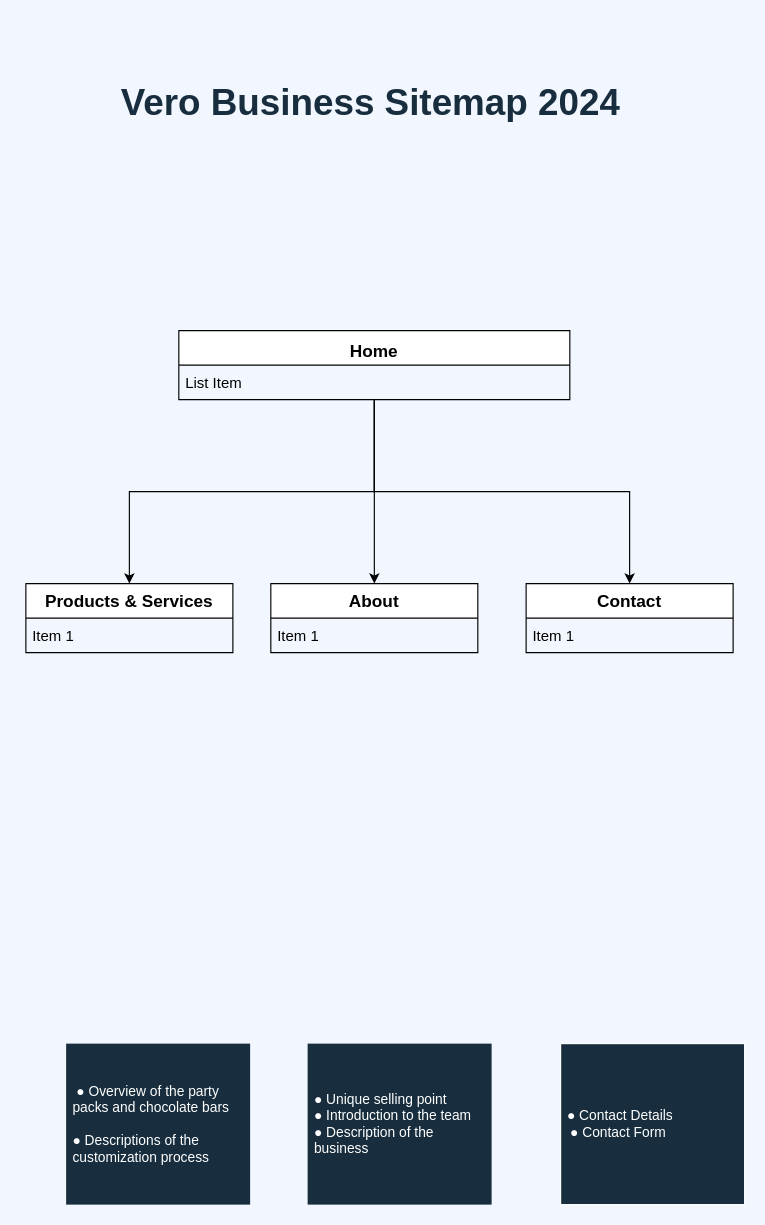
The draw.io diagram Vero Business Sitemap.drawio in cskhomo/vero-ecommerce, before the edit. Source tidied: cells renumbered, new cells numbered last; positions are measured from the earlier drawing's top-left corner, leaving out a move shared by most shapes. Both pictures are drawn from the tidied source at 115%, with x=0, y=0 at pixel (25, 77).
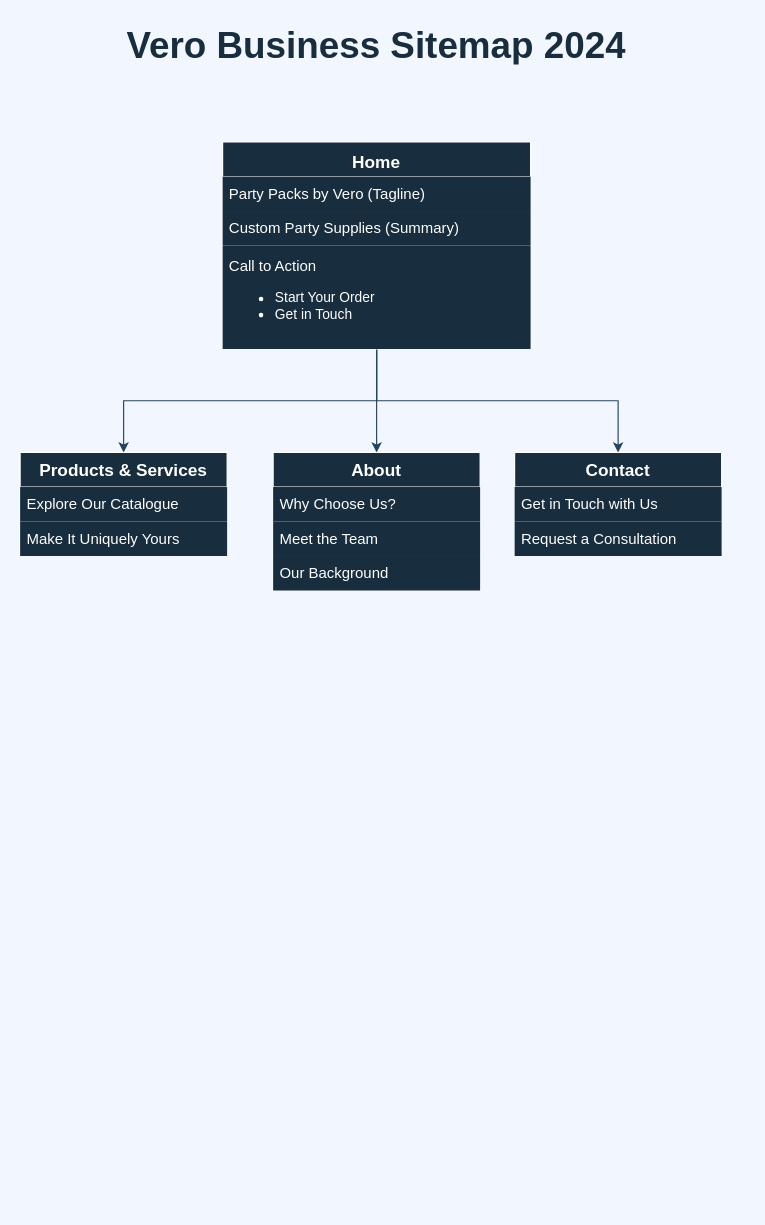
After the change.

Commit message:
Add page sections to sitemap

Diff of the diagram source:
```diff
@@
 <mxGraphModel background="#F2F7FF">
   <root>
     <mxCell id="0" />
     <mxCell id="1" parent="0" />
-    <mxCell id="2" value="&lt;h1 style=&quot;margin-top: 0px;&quot;&gt;&lt;span&gt;&lt;font color=&quot;#182e3e&quot; style=&quot;font-size: 32px;&quot;&gt;Vero Business Sitemap 2024&lt;/font&gt;&lt;/span&gt;&lt;/h1&gt;" style="text;html=1;whiteSpace=wrap;overflow=hidden;rounded=0;labelBackgroundColor=none;fontColor=#ffffff;fillColor=none;strokeColor=none;strokeWidth=0;align=center;fontStyle=0;verticalAlign=middle;" parent="1" vertex="1">
-      <mxGeometry x="79" width="442" height="40" as="geometry" />
+    <mxCell id="2" value="&lt;h1 style=&quot;margin-top: 0px;&quot;&gt;&lt;span&gt;&lt;font color=&quot;#182e3e&quot; style=&quot;font-size: 32px;&quot;&gt;Vero Business Sitemap 2024&lt;/font&gt;&lt;/span&gt;&lt;/h1&gt;" style="text;html=1;whiteSpace=wrap;overflow=hidden;rounded=0;labelBackgroundColor=none;fontColor=#FFFFFF;fillColor=none;strokeColor=none;strokeWidth=0;align=center;fontStyle=0;verticalAlign=middle;" parent="1" vertex="1">
+      <mxGeometry x="84" y="-50" width="442" height="40" as="geometry" />
     </mxCell>
-    <mxCell id="3" value="&amp;nbsp;● Overview of the party packs and chocolate bars&lt;div&gt;&lt;br&gt;&lt;div&gt;● Descriptions of the customization process&lt;/div&gt;&lt;/div&gt;" style="text;align=left;verticalAlign=middle;spacingLeft=4;spacingRight=4;overflow=hidden;whiteSpace=wrap;html=1;rounded=0;fillColor=#182E3E;labelBackgroundColor=none;fontColor=#FFFFFF;" parent="1" vertex="1">
-      <mxGeometry x="35" y="840" width="160" height="140" as="geometry" />
-    </mxCell>
-    <mxCell id="4" value="● Unique selling point&lt;br&gt;● Introduction to the team&amp;nbsp;&lt;div&gt;● Description of the business&lt;/div&gt;" style="text;align=left;verticalAlign=middle;spacingLeft=4;spacingRight=4;overflow=hidden;whiteSpace=wrap;html=1;rounded=0;fillColor=#182E3E;labelBackgroundColor=none;fontColor=#FFFFFF;" parent="1" vertex="1">
-      <mxGeometry x="245" y="840" width="160" height="140" as="geometry" />
-    </mxCell>
-    <mxCell id="5" value="&lt;div style=&quot;text-align: center;&quot;&gt;&lt;span style=&quot;text-align: left; background-color: initial;&quot;&gt;● Contact Details&lt;/span&gt;&lt;/div&gt;&lt;div style=&quot;text-align: center;&quot;&gt;&lt;span style=&quot;text-align: left;&quot;&gt;● Contact Form&amp;nbsp;&lt;/span&gt;&lt;/div&gt;" style="text;strokeColor=#FFFFFF;fillColor=#182E3E;align=left;verticalAlign=middle;spacingLeft=4;spacingRight=4;overflow=hidden;whiteSpace=wrap;html=1;rounded=0;fontColor=#FFFFFF;labelBackgroundColor=none;" parent="1" vertex="1">
-      <mxGeometry x="465" y="840" width="160" height="140" as="geometry" />
-    </mxCell>
-    <mxCell id="6" style="edgeStyle=orthogonalEdgeStyle;jettySize=auto;html=1;rounded=0;" parent="1" edge="1" source="9" target="13">
+    <mxCell id="6" style="edgeStyle=orthogonalEdgeStyle;jettySize=auto;html=1;rounded=0;labelBackgroundColor=none;strokeColor=#23445D;fontColor=default;" parent="1" edge="1" source="9" target="13">
       <mxGeometry relative="1" as="geometry" />
     </mxCell>
-    <mxCell id="7" style="edgeStyle=orthogonalEdgeStyle;jettySize=auto;html=1;entryX=0.5;entryY=0;entryDx=0;entryDy=0;rounded=0;" parent="1" edge="1" source="9" target="11">
+    <mxCell id="7" style="edgeStyle=orthogonalEdgeStyle;jettySize=auto;html=1;entryX=0.5;entryY=0;entryDx=0;entryDy=0;rounded=0;labelBackgroundColor=none;strokeColor=#23445D;fontColor=default;" parent="1" edge="1" source="9" target="11">
       <mxGeometry relative="1" as="geometry" />
     </mxCell>
-    <mxCell id="8" style="edgeStyle=orthogonalEdgeStyle;jettySize=auto;html=1;entryX=0.5;entryY=0;entryDx=0;entryDy=0;rounded=0;" parent="1" edge="1" source="9" target="15">
+    <mxCell id="8" style="edgeStyle=orthogonalEdgeStyle;jettySize=auto;html=1;entryX=0.5;entryY=0;entryDx=0;entryDy=0;rounded=0;labelBackgroundColor=none;strokeColor=#23445D;fontColor=default;" parent="1" edge="1" source="9" target="15">
       <mxGeometry relative="1" as="geometry" />
     </mxCell>
-    <mxCell id="9" value="&lt;h1&gt;&lt;font style=&quot;font-size: 15px;&quot;&gt;Home&lt;/font&gt;&lt;/h1&gt;" style="swimlane;fontStyle=0;horizontal=1;startSize=30;whiteSpace=wrap;html=1;verticalAlign=middle;rounded=0;" parent="1" vertex="1">
-      <mxGeometry x="133" y="220" width="340" height="60" as="geometry" />
+    <mxCell id="9" value="&lt;h1&gt;&lt;font style=&quot;font-size: 15px;&quot;&gt;Home&lt;/font&gt;&lt;/h1&gt;" style="swimlane;fontStyle=0;horizontal=1;startSize=30;whiteSpace=wrap;html=1;verticalAlign=middle;rounded=0;labelBackgroundColor=none;fillColor=#182E3E;strokeColor=#FFFFFF;fontColor=#FFFFFF;" parent="1" vertex="1">
+      <mxGeometry x="171.1" y="56" width="267.8" height="180" as="geometry" />
     </mxCell>
-    <mxCell id="10" value="&lt;font style=&quot;font-size: 13px;&quot;&gt;List Item&lt;/font&gt;" style="text;strokeColor=none;fillColor=none;align=left;verticalAlign=middle;spacingLeft=4;spacingRight=4;overflow=hidden;whiteSpace=wrap;html=1;rounded=0;" parent="9" vertex="1">
-      <mxGeometry y="30" width="340" height="30" as="geometry" />
+    <mxCell id="10" value="&lt;font style=&quot;font-size: 13px;&quot;&gt;Party Packs by Vero (Tagline)&lt;/font&gt;" style="text;strokeColor=none;fillColor=#182E3E;align=left;verticalAlign=middle;spacingLeft=4;spacingRight=4;overflow=hidden;whiteSpace=wrap;html=1;rounded=0;labelBackgroundColor=none;fontColor=#FFFFFF;" parent="9" vertex="1">
+      <mxGeometry y="30" width="267.8" height="30" as="geometry" />
     </mxCell>
+    <mxCell id="17" value="&lt;span style=&quot;font-size: 13px;&quot;&gt;Custom Party Supplies (Summary)&lt;/span&gt;" style="text;strokeColor=none;fillColor=#182E3E;align=left;verticalAlign=middle;spacingLeft=4;spacingRight=4;overflow=hidden;whiteSpace=wrap;html=1;rounded=0;labelBackgroundColor=none;fontColor=#FFFFFF;" parent="9" vertex="1">
+      <mxGeometry y="60" width="267.8" height="30" as="geometry" />
+    </mxCell>
+    <mxCell id="18" value="&lt;span style=&quot;font-size: 13px;&quot;&gt;Call to Action&lt;/span&gt;&lt;div&gt;&lt;ul&gt;&lt;li&gt;Start Your Order&lt;br&gt;&lt;/li&gt;&lt;li&gt;Get in Touch&lt;/li&gt;&lt;/ul&gt;&lt;/div&gt;" style="text;strokeColor=none;fillColor=#182E3E;align=left;verticalAlign=middle;spacingLeft=4;spacingRight=4;overflow=hidden;whiteSpace=wrap;html=1;rounded=0;labelBackgroundColor=none;fontColor=#FFFFFF;" parent="9" vertex="1">
+      <mxGeometry y="90" width="267.8" height="90" as="geometry" />
+    </mxCell>
-    <mxCell id="11" value="&lt;font style=&quot;font-size: 15px;&quot;&gt;&lt;b&gt;Products &amp;amp; Services&lt;/b&gt;&lt;/font&gt;" style="swimlane;fontStyle=0;horizontal=1;startSize=30;whiteSpace=wrap;html=1;rounded=0;" parent="1" vertex="1">
-      <mxGeometry y="440" width="180" height="60" as="geometry" />
+    <mxCell id="11" value="&lt;font style=&quot;font-size: 15px;&quot;&gt;&lt;b&gt;Products &amp;amp; Services&lt;/b&gt;&lt;/font&gt;" style="swimlane;fontStyle=0;horizontal=1;startSize=30;whiteSpace=wrap;html=1;rounded=0;labelBackgroundColor=none;fillColor=#182E3E;strokeColor=#FFFFFF;fontColor=#FFFFFF;" parent="1" vertex="1">
+      <mxGeometry x="-5" y="326" width="180" height="90" as="geometry" />
     </mxCell>
-    <mxCell id="12" value="&lt;font style=&quot;font-size: 13px;&quot;&gt;Item 1&lt;/font&gt;" style="text;strokeColor=none;fillColor=none;align=left;verticalAlign=middle;spacingLeft=4;spacingRight=4;overflow=hidden;whiteSpace=wrap;html=1;rounded=0;" parent="11" vertex="1">
+    <mxCell id="12" value="&lt;font style=&quot;font-size: 13px;&quot;&gt;Explore Our Catalogue&lt;/font&gt;" style="text;strokeColor=none;fillColor=#182E3E;align=left;verticalAlign=middle;spacingLeft=4;spacingRight=4;overflow=hidden;whiteSpace=wrap;html=1;rounded=0;labelBackgroundColor=none;fontColor=#FFFFFF;" parent="11" vertex="1">
       <mxGeometry y="30" width="180" height="30" as="geometry" />
     </mxCell>
+    <mxCell id="19" value="&lt;font style=&quot;font-size: 13px;&quot;&gt;Make It Uniquely Yours&lt;/font&gt;" style="text;strokeColor=none;fillColor=#182E3E;align=left;verticalAlign=middle;spacingLeft=4;spacingRight=4;overflow=hidden;whiteSpace=wrap;html=1;rounded=0;labelBackgroundColor=none;fontColor=#FFFFFF;" parent="11" vertex="1">
+      <mxGeometry y="60" width="180" height="30" as="geometry" />
+    </mxCell>
-    <mxCell id="13" value="&lt;font style=&quot;font-size: 15px;&quot;&gt;&lt;b&gt;About&lt;/b&gt;&lt;/font&gt;" style="swimlane;fontStyle=0;horizontal=1;startSize=30;whiteSpace=wrap;html=1;rounded=0;" parent="1" vertex="1">
-      <mxGeometry x="213" y="440" width="180" height="60" as="geometry" />
+    <mxCell id="13" value="&lt;font style=&quot;font-size: 15px;&quot;&gt;&lt;b&gt;About&lt;/b&gt;&lt;/font&gt;" style="swimlane;fontStyle=0;horizontal=1;startSize=30;whiteSpace=wrap;html=1;rounded=0;labelBackgroundColor=none;fillColor=#182E3E;strokeColor=#FFFFFF;fontColor=#FFFFFF;" parent="1" vertex="1">
+      <mxGeometry x="215" y="326" width="180" height="120" as="geometry" />
     </mxCell>
-    <mxCell id="14" value="&lt;font style=&quot;font-size: 13px;&quot;&gt;Item 1&lt;/font&gt;" style="text;strokeColor=none;fillColor=none;align=left;verticalAlign=middle;spacingLeft=4;spacingRight=4;overflow=hidden;whiteSpace=wrap;html=1;rounded=0;" parent="13" vertex="1">
+    <mxCell id="14" value="&lt;font style=&quot;font-size: 13px;&quot;&gt;Why Choose Us?&lt;/font&gt;" style="text;strokeColor=none;fillColor=#182E3E;align=left;verticalAlign=middle;spacingLeft=4;spacingRight=4;overflow=hidden;whiteSpace=wrap;html=1;rounded=0;labelBackgroundColor=none;fontColor=#FFFFFF;" parent="13" vertex="1">
       <mxGeometry y="30" width="180" height="30" as="geometry" />
     </mxCell>
+    <mxCell id="20" value="&lt;font style=&quot;font-size: 13px;&quot;&gt;Meet the Team&lt;/font&gt;" style="text;strokeColor=none;fillColor=#182E3E;align=left;verticalAlign=middle;spacingLeft=4;spacingRight=4;overflow=hidden;whiteSpace=wrap;html=1;rounded=0;labelBackgroundColor=none;fontColor=#FFFFFF;" parent="13" vertex="1">
+      <mxGeometry y="60" width="180" height="30" as="geometry" />
+    </mxCell>
+    <mxCell id="21" value="&lt;font style=&quot;font-size: 13px;&quot;&gt;Our Background&lt;/font&gt;" style="text;strokeColor=none;fillColor=#182E3E;align=left;verticalAlign=middle;spacingLeft=4;spacingRight=4;overflow=hidden;whiteSpace=wrap;html=1;rounded=0;labelBackgroundColor=none;fontColor=#FFFFFF;" parent="13" vertex="1">
+      <mxGeometry y="90" width="180" height="30" as="geometry" />
+    </mxCell>
-    <mxCell id="15" value="&lt;font style=&quot;font-size: 15px;&quot;&gt;&lt;b&gt;Contact&lt;/b&gt;&lt;/font&gt;" style="swimlane;fontStyle=0;horizontal=1;startSize=30;whiteSpace=wrap;html=1;rounded=0;" parent="1" vertex="1">
-      <mxGeometry x="435" y="440" width="180" height="60" as="geometry" />
+    <mxCell id="15" value="&lt;font style=&quot;font-size: 15px;&quot;&gt;&lt;b&gt;Contact&lt;/b&gt;&lt;/font&gt;" style="swimlane;fontStyle=0;horizontal=1;startSize=30;whiteSpace=wrap;html=1;rounded=0;labelBackgroundColor=none;fillColor=#182E3E;strokeColor=#FFFFFF;fontColor=#FFFFFF;" parent="1" vertex="1">
+      <mxGeometry x="425" y="326" width="180" height="90" as="geometry" />
     </mxCell>
-    <mxCell id="16" value="&lt;font style=&quot;font-size: 13px;&quot;&gt;Item 1&lt;/font&gt;" style="text;strokeColor=none;fillColor=none;align=left;verticalAlign=middle;spacingLeft=4;spacingRight=4;overflow=hidden;whiteSpace=wrap;html=1;rounded=0;" parent="15" vertex="1">
+    <mxCell id="16" value="&lt;font style=&quot;font-size: 13px;&quot;&gt;Get in Touch with Us&lt;/font&gt;" style="text;strokeColor=none;fillColor=#182E3E;align=left;verticalAlign=middle;spacingLeft=4;spacingRight=4;overflow=hidden;whiteSpace=wrap;html=1;rounded=0;labelBackgroundColor=none;fontColor=#FFFFFF;" parent="15" vertex="1">
       <mxGeometry y="30" width="180" height="30" as="geometry" />
     </mxCell>
+    <mxCell id="22" value="&lt;font style=&quot;font-size: 13px;&quot;&gt;Request a Consultation&lt;/font&gt;" style="text;strokeColor=none;fillColor=#182E3E;align=left;verticalAlign=middle;spacingLeft=4;spacingRight=4;overflow=hidden;whiteSpace=wrap;html=1;rounded=0;labelBackgroundColor=none;fontColor=#FFFFFF;" parent="15" vertex="1">
+      <mxGeometry y="60" width="180" height="30" as="geometry" />
+    </mxCell>
   </root>
 </mxGraphModel>
```
